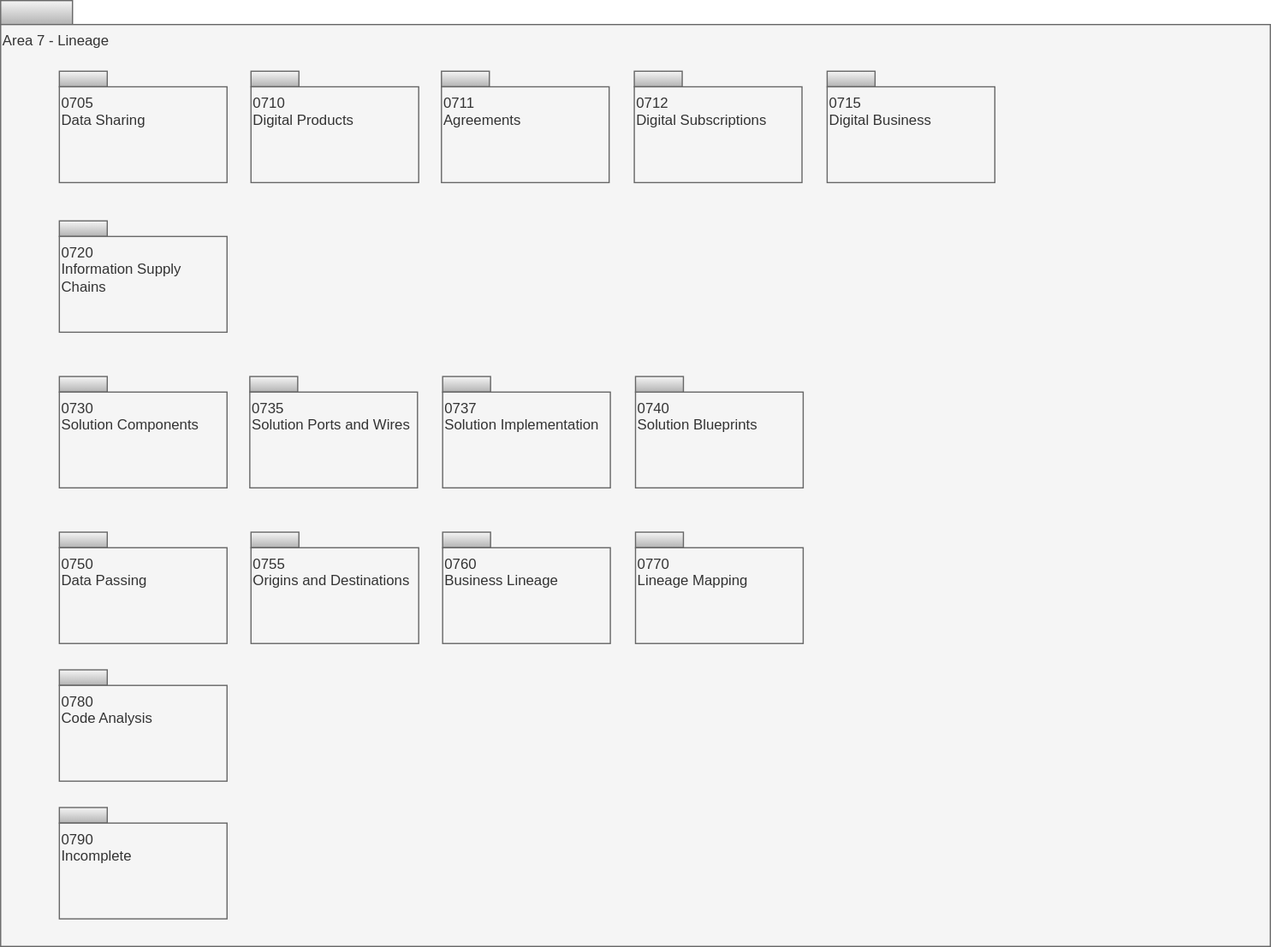
Before: site/docs/types/7/area-7-lineage-overview.svg, a diagram exported from draw.io (odpi/egeria-docs). Source tidied: cells renumbered, new cells last; positions are measured from the earlier drawing's top-left corner, leaving out a move shared by most shapes.
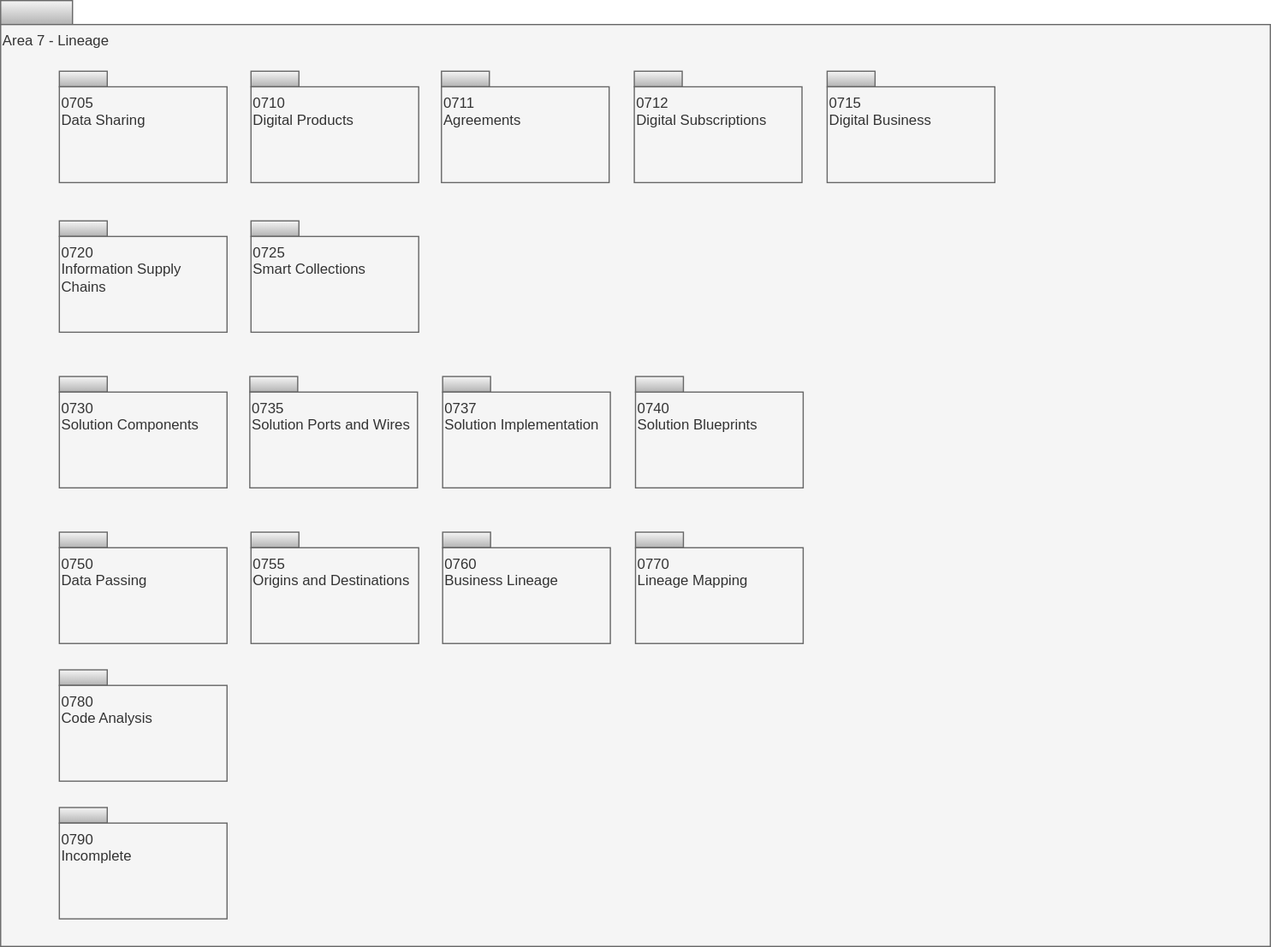
After the change.

Diff of the diagram source:
```diff
@@ -104,5 +104,11 @@
     <mxCell id="35" value="0705&lt;br&gt;Data Sharing" style="rounded=0;whiteSpace=wrap;html=1;align=left;verticalAlign=top;fillColor=#f5f5f5;fontColor=#333333;strokeColor=#666666;" parent="1" vertex="1">
       <mxGeometry x="49" y="72" width="140" height="80" as="geometry" />
     </mxCell>
+    <mxCell id="36" style="rounded=0;whiteSpace=wrap;html=1;align=left;fillColor=#f5f5f5;strokeColor=#666666;gradientColor=#b3b3b3;" parent="1" vertex="1">
+      <mxGeometry x="209" y="184" width="40" height="13" as="geometry" />
+    </mxCell>
+    <mxCell id="37" value="0725&lt;br&gt;Smart Collections" style="rounded=0;whiteSpace=wrap;html=1;align=left;verticalAlign=top;fillColor=#f5f5f5;fontColor=#333333;strokeColor=#666666;" parent="1" vertex="1">
+      <mxGeometry x="209" y="197" width="140" height="80" as="geometry" />
+    </mxCell>
   </root>
 </mxGraphModel>
```
